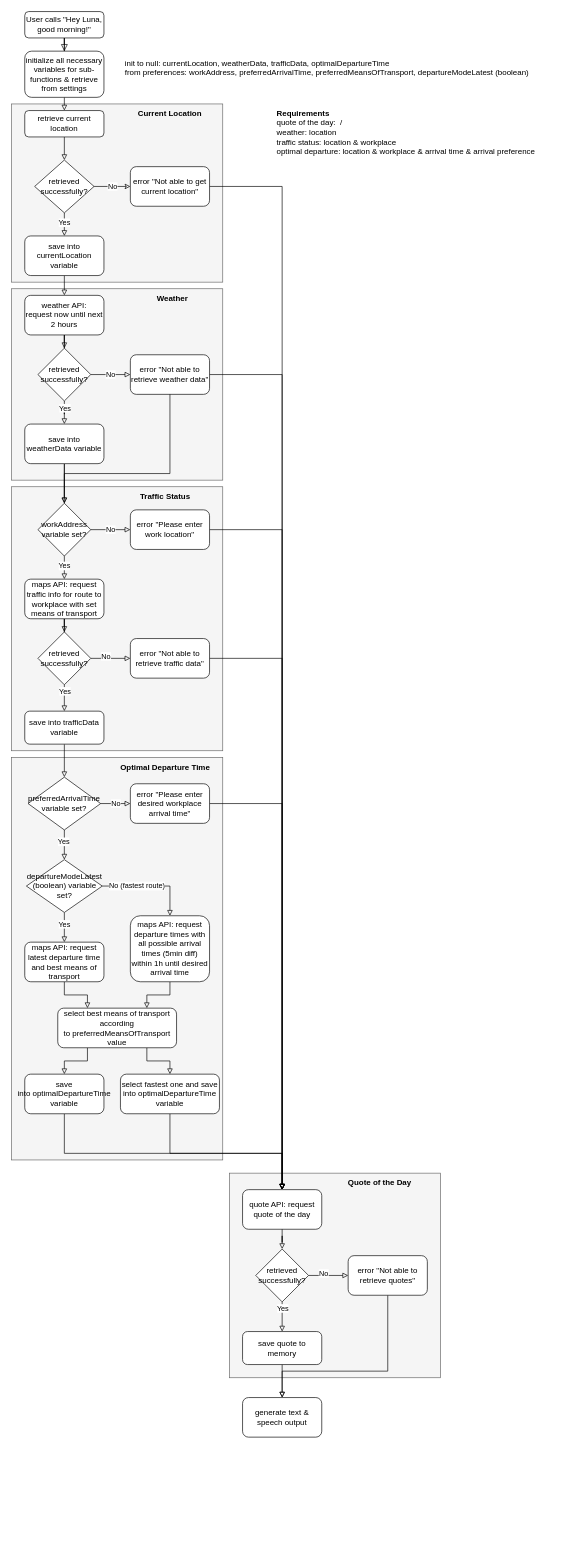
Above: docs/activity_diagram_good_morning.drawio in ASWE-PDA/Personal-Digital-Agent (draw.io), before the change. Source tidied: cells renumbered, new cells numbered last; positions are measured from the earlier drawing's top-left corner, leaving out a move shared by most shapes. Both pictures are drawn from the tidied source at 66%, with x=0, y=0 at pixel (11, 11).
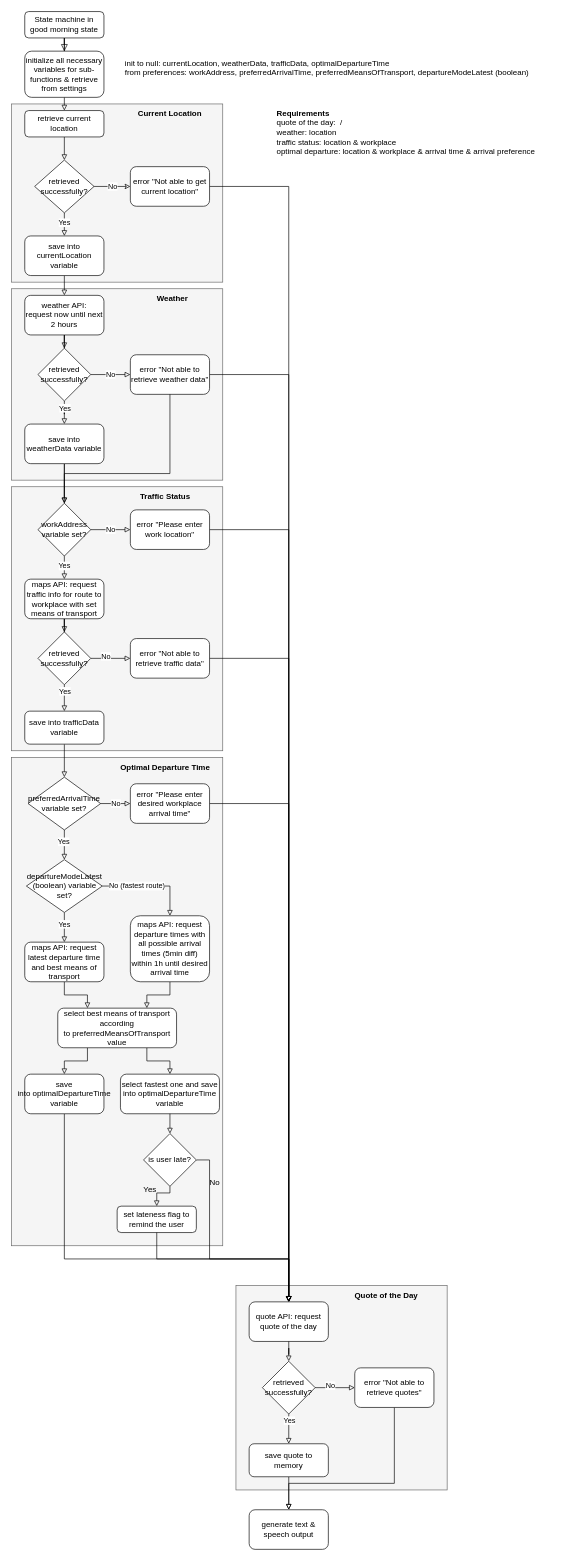
The same diagram, later.

Commit message:
update entry criteria and add lateness reminder

Unchanged cells that the change refers to:
```xml
<mxCell id="60" value="select fastest one and save into&amp;nbsp;optimalDepartureTime variable" style="rounded=1;whiteSpace=wrap;html=1;" parent="1" vertex="1">
  <mxGeometry x="165" y="1610" width="150" height="60" as="geometry" />
</mxCell>
<mxCell id="62" value="save into&amp;nbsp;optimalDepartureTime variable" style="rounded=1;whiteSpace=wrap;html=1;" parent="1" vertex="1">
  <mxGeometry x="20" y="1610" width="120" height="60" as="geometry" />
</mxCell>
```

Change to the diagram source:
```diff
@@
     <mxCell id="2" style="rounded=0;whiteSpace=wrap;html=1;fillColor=#f5f5f5;fillStyle=auto;strokeColor=#666666;fontColor=#333333;" parent="1" vertex="1">
-      <mxGeometry x="330" y="1760" width="320" height="310" as="geometry" />
+      <mxGeometry x="340" y="1930" width="320" height="310" as="geometry" />
     </mxCell>
     <mxCell id="3" style="rounded=0;whiteSpace=wrap;html=1;fillColor=#f5f5f5;fillStyle=auto;strokeColor=#666666;fontColor=#333333;" parent="1" vertex="1">
-      <mxGeometry y="1130" width="320" height="610" as="geometry" />
+      <mxGeometry y="1130" width="320" height="740" as="geometry" />
     </mxCell>
@@
-    <mxCell id="9" value="User calls &quot;Hey Luna, good morning!&quot;" style="rounded=1;whiteSpace=wrap;html=1;fontSize=12;glass=0;strokeWidth=1;shadow=0;" parent="1" vertex="1">
+    <mxCell id="9" value="State machine in good morning state" style="rounded=1;whiteSpace=wrap;html=1;fontSize=12;glass=0;strokeWidth=1;shadow=0;" parent="1" vertex="1">
       <mxGeometry x="20" width="120" height="40" as="geometry" />
     </mxCell>
@@
-    <mxCell id="59" style="edgeStyle=orthogonalEdgeStyle;rounded=0;jettySize=auto;html=1;exitX=0.5;exitY=1;exitDx=0;exitDy=0;endArrow=block;endFill=0;entryX=0.5;entryY=0;entryDx=0;entryDy=0;" parent="1" edge="1" source="60" target="63">
+    <mxCell id="59" style="edgeStyle=orthogonalEdgeStyle;rounded=0;jettySize=auto;html=1;exitX=1;exitY=0.5;exitDx=0;exitDy=0;endArrow=block;endFill=0;entryX=0.5;entryY=0;entryDx=0;entryDy=0;startArrow=none;" parent="1" edge="1" source="88" target="63">
       <mxGeometry relative="1" as="geometry">
         <Array as="points">
-          <mxPoint x="240" y="1730" />
-          <mxPoint x="410" y="1730" />
+          <mxPoint x="300" y="1740" />
+          <mxPoint x="300" y="1890" />
+          <mxPoint x="420" y="1890" />
         </Array>
       </mxGeometry>
     </mxCell>
@@
     <mxCell id="61" style="edgeStyle=orthogonalEdgeStyle;rounded=0;jettySize=auto;html=1;exitX=0.5;exitY=1;exitDx=0;exitDy=0;entryX=0.5;entryY=0;entryDx=0;entryDy=0;endArrow=block;endFill=0;" parent="1" edge="1" source="62" target="63">
       <mxGeometry relative="1" as="geometry">
         <Array as="points">
-          <mxPoint x="80" y="1730" />
-          <mxPoint x="410" y="1730" />
+          <mxPoint x="80" y="1890" />
+          <mxPoint x="420" y="1890" />
         </Array>
       </mxGeometry>
     </mxCell>
@@
     <mxCell id="63" value="quote API: request quote of the day" style="rounded=1;whiteSpace=wrap;html=1;" parent="1" vertex="1">
-      <mxGeometry x="350" y="1785" width="120" height="60" as="geometry" />
+      <mxGeometry x="360" y="1955" width="120" height="60" as="geometry" />
     </mxCell>
@@
     <mxCell id="69" value="retrieved successfully?" style="rhombus;whiteSpace=wrap;html=1;" parent="1" vertex="1">
-      <mxGeometry x="370" y="1875" width="80" height="80" as="geometry" />
+      <mxGeometry x="380" y="2045" width="80" height="80" as="geometry" />
     </mxCell>
     <mxCell id="70" style="edgeStyle=orthogonalEdgeStyle;rounded=0;jettySize=auto;html=1;exitX=0.5;exitY=1;exitDx=0;exitDy=0;entryX=0.5;entryY=0;entryDx=0;entryDy=0;endArrow=block;endFill=0;" parent="1" edge="1" source="71" target="74">
       <mxGeometry relative="1" as="geometry">
         <Array as="points">
-          <mxPoint x="570" y="2060" />
-          <mxPoint x="410" y="2060" />
+          <mxPoint x="580" y="2230" />
+          <mxPoint x="420" y="2230" />
         </Array>
       </mxGeometry>
     </mxCell>
     <mxCell id="71" value="error &quot;Not able to retrieve quotes&quot;" style="rounded=1;whiteSpace=wrap;html=1;" parent="1" vertex="1">
-      <mxGeometry x="510" y="1885" width="120" height="60" as="geometry" />
+      <mxGeometry x="520" y="2055" width="120" height="60" as="geometry" />
     </mxCell>
@@
     <mxCell id="73" value="save quote to memory" style="rounded=1;whiteSpace=wrap;html=1;" parent="1" vertex="1">
-      <mxGeometry x="350" y="2000" width="120" height="50" as="geometry" />
+      <mxGeometry x="360" y="2170" width="120" height="50" as="geometry" />
     </mxCell>
     <mxCell id="74" value="generate text &amp;amp; speech output" style="rounded=1;whiteSpace=wrap;html=1;" parent="1" vertex="1">
-      <mxGeometry x="350" y="2100" width="120" height="60" as="geometry" />
+      <mxGeometry x="360" y="2270" width="120" height="60" as="geometry" />
     </mxCell>
@@
     <mxCell id="78" value="&lt;b&gt;Quote of the Day&lt;/b&gt;" style="text;html=1;strokeColor=none;fillColor=none;align=center;verticalAlign=middle;whiteSpace=wrap;rounded=0;" parent="1" vertex="1">
-      <mxGeometry x="480" y="1760" width="156" height="30" as="geometry" />
+      <mxGeometry x="490" y="1930" width="156" height="30" as="geometry" />
     </mxCell>
@@
+    <mxCell id="87" value="set lateness flag to remind the user" style="rounded=1;whiteSpace=wrap;html=1;fontSize=12;glass=0;strokeWidth=1;shadow=0;" parent="1" vertex="1">
+      <mxGeometry x="160" y="1810" width="120" height="40" as="geometry" />
+    </mxCell>
+    <mxCell id="88" value="is user late?" style="rhombus;whiteSpace=wrap;html=1;" parent="1" vertex="1">
+      <mxGeometry x="200" y="1700" width="80" height="80" as="geometry" />
+    </mxCell>
+    <mxCell id="89" style="edgeStyle=orthogonalEdgeStyle;rounded=0;jettySize=auto;html=1;exitX=0.5;exitY=1;exitDx=0;exitDy=0;endArrow=block;endFill=0;" parent="1" edge="1" source="60">
+      <mxGeometry relative="1" as="geometry">
+        <mxPoint x="240" y="1700" as="targetPoint" />
+      </mxGeometry>
+    </mxCell>
+    <mxCell id="90" value="No" style="text;html=1;strokeColor=none;fillColor=none;align=center;verticalAlign=middle;whiteSpace=wrap;rounded=0;" parent="1" vertex="1">
+      <mxGeometry x="293" y="1760" width="30" height="30" as="geometry" />
+    </mxCell>
+    <mxCell id="91" style="edgeStyle=orthogonalEdgeStyle;rounded=0;jettySize=auto;html=1;exitX=0.5;exitY=1;exitDx=0;exitDy=0;endArrow=block;endFill=0;" parent="1" edge="1" source="88" target="87">
+      <mxGeometry relative="1" as="geometry">
+        <Array as="points">
+          <mxPoint x="240" y="1790" />
+          <mxPoint x="220" y="1790" />
+        </Array>
+      </mxGeometry>
+    </mxCell>
+    <mxCell id="92" style="edgeStyle=orthogonalEdgeStyle;rounded=0;jettySize=auto;html=1;exitX=0.5;exitY=1;exitDx=0;exitDy=0;endArrow=block;endFill=0;" parent="1" edge="1" source="87" target="63">
+      <mxGeometry relative="1" as="geometry">
+        <Array as="points">
+          <mxPoint x="220" y="1890" />
+          <mxPoint x="420" y="1890" />
+        </Array>
+      </mxGeometry>
+    </mxCell>
+    <mxCell id="93" value="Yes" style="text;html=1;strokeColor=none;fillColor=none;align=center;verticalAlign=middle;whiteSpace=wrap;rounded=0;" parent="1" vertex="1">
+      <mxGeometry x="180" y="1770" width="60" height="30" as="geometry" />
+    </mxCell>
```
